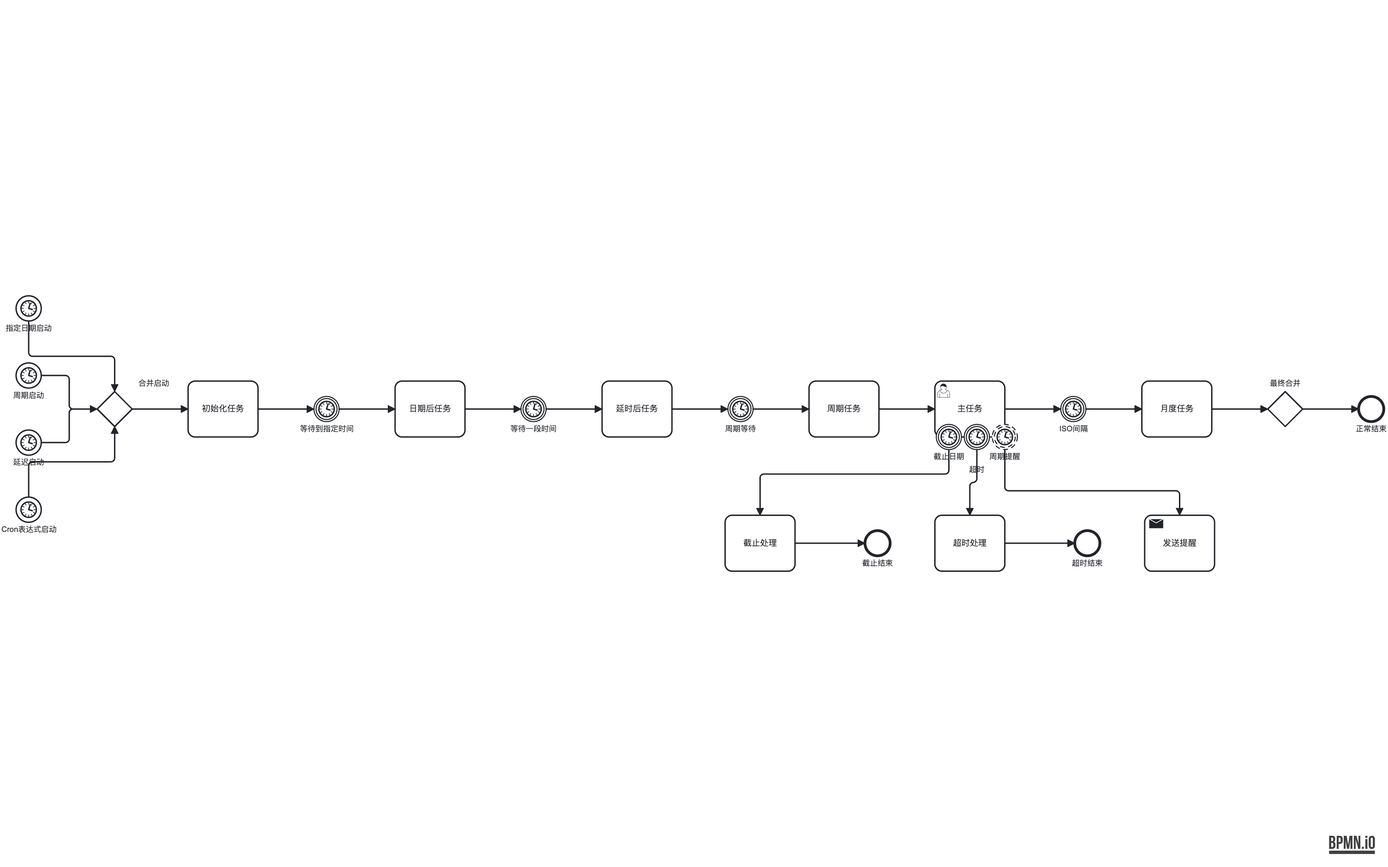
Earlier version of the BPMN export out-bpmn-png/14-timer-variants.png (LcpMarvel/tramito-layout). Its source is kept beside it as out-xml/14-timer-variants.bpmn. Ids are renumbered.
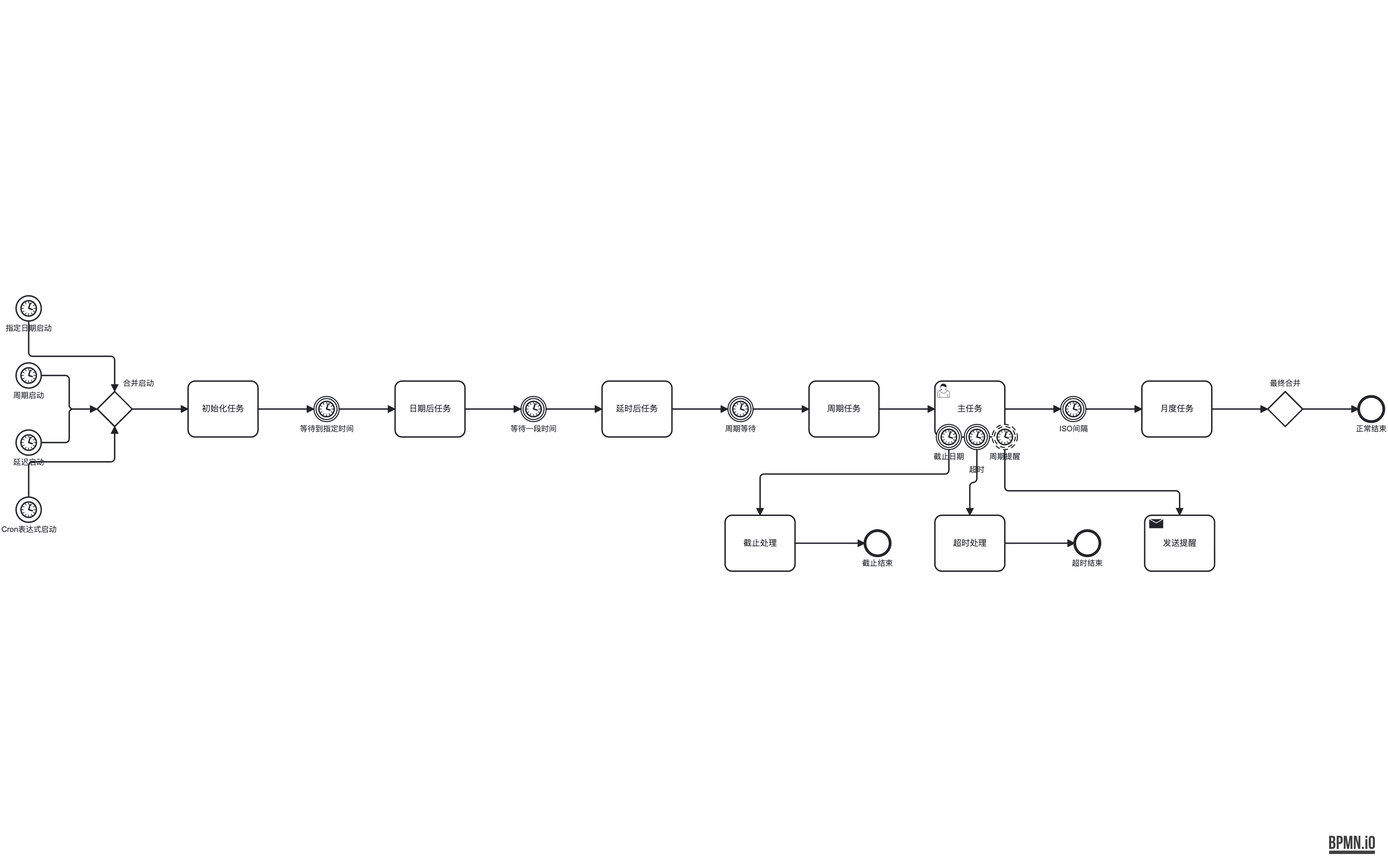
After the change.

The edit, as a diff of the source:
```diff
@@ -173,7 +173,7 @@
       <bpmndi:BPMNShape id="gateway_merge_starts_di" bpmnElement="gateway_merge_starts">
         <dc:Bounds x="178" y="169" width="50" height="50" />
         <bpmndi:BPMNLabel>
-          <dc:Bounds x="209" y="151" width="100" height="14" />
+          <dc:Bounds x="209" y="151" width="56" height="14" />
         </bpmndi:BPMNLabel>
       </bpmndi:BPMNShape>
       <bpmndi:BPMNShape id="task_init_di" bpmnElement="task_init">
@@ -239,7 +239,7 @@
       <bpmndi:BPMNShape id="gateway_final_di" bpmnElement="gateway_final">
         <dc:Bounds x="1852" y="169" width="50" height="50" />
         <bpmndi:BPMNLabel>
-          <dc:Bounds x="1827" y="151" width="100" height="14" />
+          <dc:Bounds x="1849" y="151" width="56" height="14" />
         </bpmndi:BPMNLabel>
       </bpmndi:BPMNShape>
       <bpmndi:BPMNShape id="end_normal_di" bpmnElement="end_normal">
```
